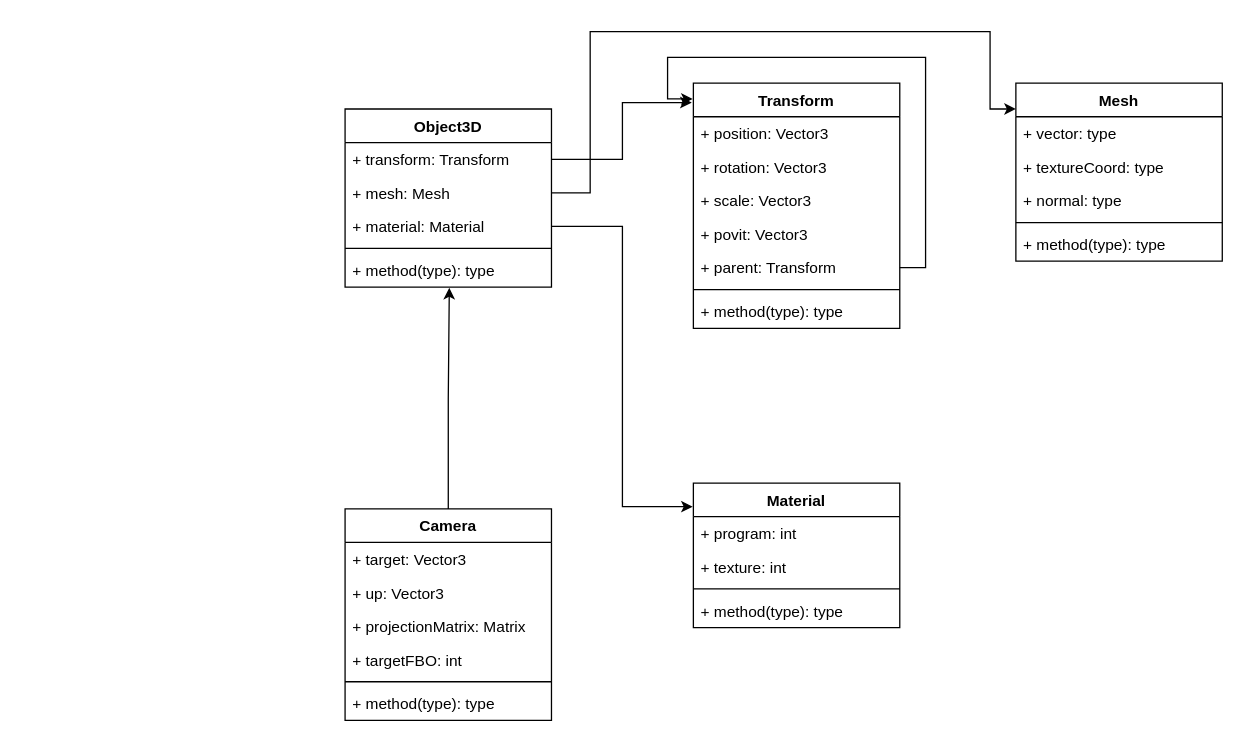
Above: docs/uml.drawio in zoozooll/Object3DEngine (draw.io), before the change. Source tidied: cells renumbered, new cells numbered last; positions are measured from the earlier drawing's top-left corner, leaving out a move shared by most shapes. Both pictures are drawn from the tidied source at 129%, with x=0, y=0 at pixel (344, 31).
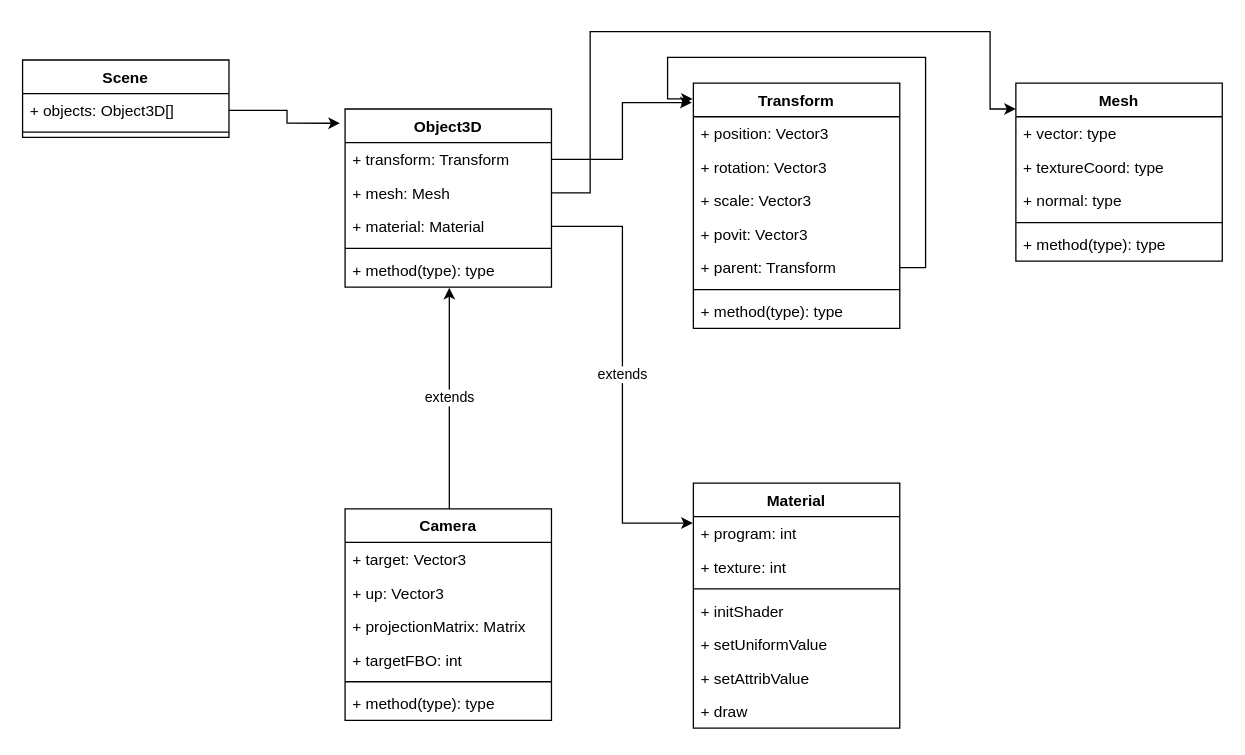
The same page after the edit.

Commit message:
Update uml.drawio: Add material methods

Unchanged cells that the change refers to:
```xml
<mxCell id="2" value="Object3D" style="swimlane;fontStyle=1;align=center;verticalAlign=top;horizontal=1;startSize=26;" parent="1" vertex="1">
  <mxGeometry y="60" width="160" height="138" as="geometry" />
</mxCell>
<mxCell id="5" value="+ material: Material" style="text;strokeColor=none;fillColor=none;align=left;verticalAlign=top;spacingLeft=4;spacingRight=4;overflow=hidden;points=[[0,0.5],[1,0.5]];portConstraint=eastwest;" parent="2" vertex="1">
  <mxGeometry y="78" width="160" height="26" as="geometry" />
</mxCell>
<mxCell id="7" value="+ method(type): type" style="text;strokeColor=none;fillColor=none;align=left;verticalAlign=top;spacingLeft=4;spacingRight=4;overflow=hidden;points=[[0,0.5],[1,0.5]];portConstraint=eastwest;" parent="2" vertex="1">
  <mxGeometry y="112" width="160" height="26" as="geometry" />
</mxCell>
<mxCell id="32" value="Camera" style="swimlane;fontStyle=1;align=center;verticalAlign=top;horizontal=1;startSize=26;" parent="1" vertex="1">
  <mxGeometry y="370" width="160" height="164" as="geometry" />
</mxCell>
```

Diff of the diagram source:
```diff
@@
     <mxCell id="23" value="Material" style="swimlane;fontStyle=1;align=center;verticalAlign=top;horizontal=1;startSize=26;" parent="1" vertex="1">
-      <mxGeometry x="270" y="350" width="160" height="112" as="geometry" />
+      <mxGeometry x="270" y="350" width="160" height="190" as="geometry" />
     </mxCell>
@@
-    <mxCell id="27" value="+ method(type): type" style="text;strokeColor=none;fillColor=none;align=left;verticalAlign=top;spacingLeft=4;spacingRight=4;overflow=hidden;" parent="23" vertex="1">
+    <mxCell id="27" value="+ initShader" style="text;strokeColor=none;fillColor=none;align=left;verticalAlign=top;spacingLeft=4;spacingRight=4;overflow=hidden;" parent="23" vertex="1">
       <mxGeometry y="86" width="160" height="26" as="geometry" />
     </mxCell>
+    <mxCell id="39" value="+ setUniformValue" style="text;strokeColor=none;fillColor=none;align=left;verticalAlign=top;spacingLeft=4;spacingRight=4;overflow=hidden;" parent="23" vertex="1">
+      <mxGeometry y="112" width="160" height="26" as="geometry" />
+    </mxCell>
+    <mxCell id="40" value="+ setAttribValue" style="text;strokeColor=none;fillColor=none;align=left;verticalAlign=top;spacingLeft=4;spacingRight=4;overflow=hidden;" parent="23" vertex="1">
+      <mxGeometry y="138" width="160" height="26" as="geometry" />
+    </mxCell>
+    <mxCell id="41" value="+ draw" style="text;strokeColor=none;fillColor=none;align=left;verticalAlign=top;spacingLeft=4;spacingRight=4;overflow=hidden;" parent="23" vertex="1">
+      <mxGeometry y="164" width="160" height="26" as="geometry" />
+    </mxCell>
@@
-    <mxCell id="30" style="edgeStyle=orthogonalEdgeStyle;rounded=0;jettySize=auto;html=1;entryX=-0.003;entryY=0.163;entryDx=0;entryDy=0;entryPerimeter=0;" parent="1" edge="1" source="5" target="23">
+    <mxCell id="30" value="extends" style="edgeStyle=orthogonalEdgeStyle;rounded=0;jettySize=auto;html=1;entryX=-0.003;entryY=0.163;entryDx=0;entryDy=0;entryPerimeter=0;" parent="1" edge="1" source="5" target="23">
       <mxGeometry relative="1" as="geometry" />
     </mxCell>
-    <mxCell id="31" style="edgeStyle=orthogonalEdgeStyle;rounded=0;jettySize=auto;html=1;entryX=0.505;entryY=1.023;entryDx=0;entryDy=0;entryPerimeter=0;" parent="1" edge="1" source="32" target="7">
-      <mxGeometry relative="1" as="geometry" />
+    <mxCell id="31" value="extends" style="edgeStyle=orthogonalEdgeStyle;rounded=0;jettySize=auto;html=1;entryX=0.505;entryY=1.023;entryDx=0;entryDy=0;entryPerimeter=0;" parent="1" edge="1" source="32" target="7">
+      <mxGeometry relative="1" as="geometry">
+        <Array as="points">
+          <mxPoint x="80" y="284" />
+        </Array>
+      </mxGeometry>
     </mxCell>
@@
+    <mxCell id="42" value="Scene" style="swimlane;fontStyle=1;align=center;verticalAlign=top;horizontal=1;startSize=26;" parent="1" vertex="1">
+      <mxGeometry x="-250" y="22" width="160" height="60" as="geometry" />
+    </mxCell>
+    <mxCell id="43" value="+ objects: Object3D[]" style="text;strokeColor=none;fillColor=none;align=left;verticalAlign=top;spacingLeft=4;spacingRight=4;overflow=hidden;points=[[0,0.5],[1,0.5]];portConstraint=eastwest;" parent="42" vertex="1">
+      <mxGeometry y="26" width="160" height="26" as="geometry" />
+    </mxCell>
+    <mxCell id="44" style="line;strokeWidth=1;fillColor=none;align=left;verticalAlign=middle;spacingTop=-1;spacingLeft=3;spacingRight=3;labelPosition=right;" parent="42" vertex="1">
+      <mxGeometry y="52" width="160" height="8" as="geometry" />
+    </mxCell>
+    <mxCell id="45" style="edgeStyle=orthogonalEdgeStyle;rounded=0;jettySize=auto;html=1;exitX=1;exitY=0.5;exitDx=0;exitDy=0;entryX=-0.025;entryY=0.08;entryDx=0;entryDy=0;entryPerimeter=0;" parent="1" edge="1" source="43" target="2">
+      <mxGeometry relative="1" as="geometry" />
+    </mxCell>
```
